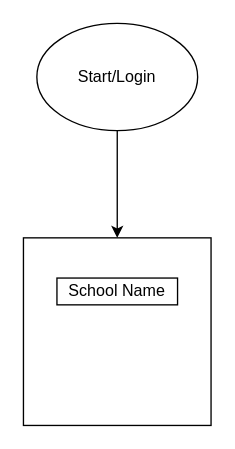
mawuli-agbenyo-creator/Task-app-React keeps this draw.io diagram as Untitled Diagram.drawio. Above is the earlier version. Source tidied: cells renumbered, new cells numbered last; positions are measured from the earlier drawing's top-left corner, leaving out a move shared by most shapes. Both pictures are drawn from the tidied source at 134%, with x=0, y=0 at pixel (23, 23).
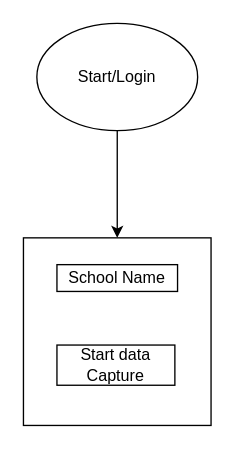
The same page after the edit.

The edit, as a diff of the source:
```diff
@@
 <mxGraphModel>
   <root>
     <mxCell id="0" />
     <mxCell id="1" parent="0" />
     <mxCell id="2" value="Start/Login" style="ellipse;whiteSpace=wrap;html=1;" parent="1" vertex="1">
       <mxGeometry x="10" width="120" height="80" as="geometry" />
     </mxCell>
     <mxCell id="3" style="endArrow=classic;html=1;rounded=0;exitX=0.5;exitY=1;exitDx=0;exitDy=0;" parent="1" edge="1" source="2">
       <mxGeometry relative="1" as="geometry">
         <mxPoint x="70" y="160" as="targetPoint" />
       </mxGeometry>
     </mxCell>
     <mxCell id="4" style="whiteSpace=wrap;html=1;" parent="1" vertex="1">
       <mxGeometry y="160" width="140" height="140" as="geometry" />
     </mxCell>
     <mxCell id="5" value="School Name" style="rounded=0;whiteSpace=wrap;html=1;" parent="1" vertex="1">
-      <mxGeometry x="25" y="190" width="90" height="20" as="geometry" />
+      <mxGeometry x="25" y="180" width="90" height="20" as="geometry" />
     </mxCell>
+    <mxCell id="6" value="Start data Capture" style="rounded=0;whiteSpace=wrap;html=1;" parent="1" vertex="1">
+      <mxGeometry x="25" y="240" width="88" height="30" as="geometry" />
+    </mxCell>
   </root>
 </mxGraphModel>
```
